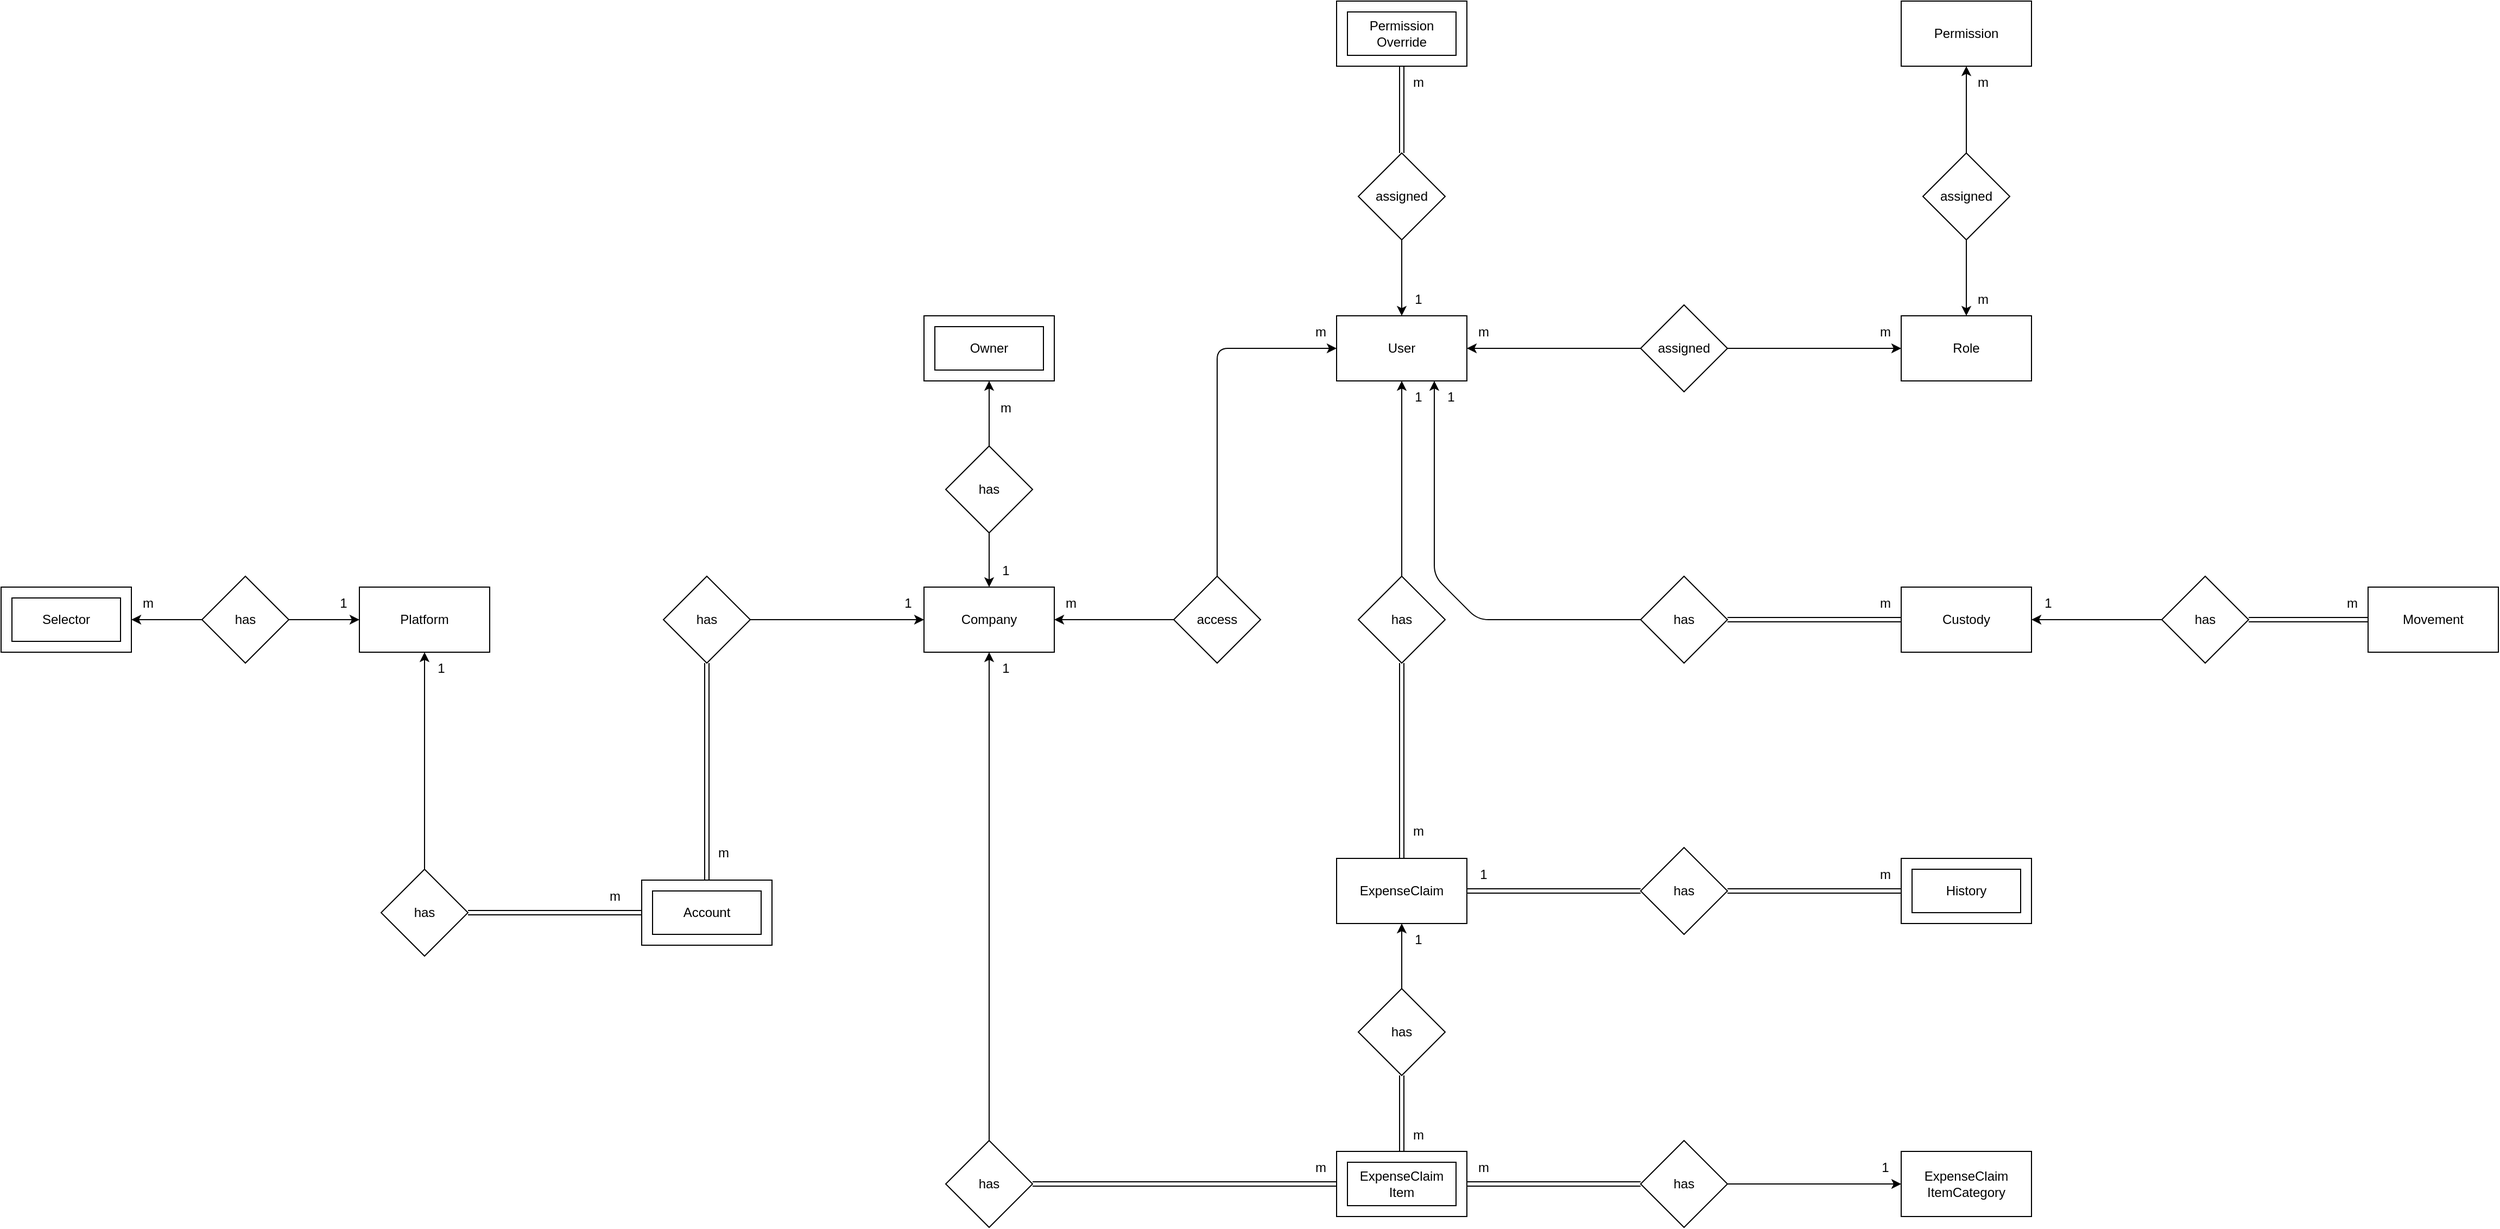
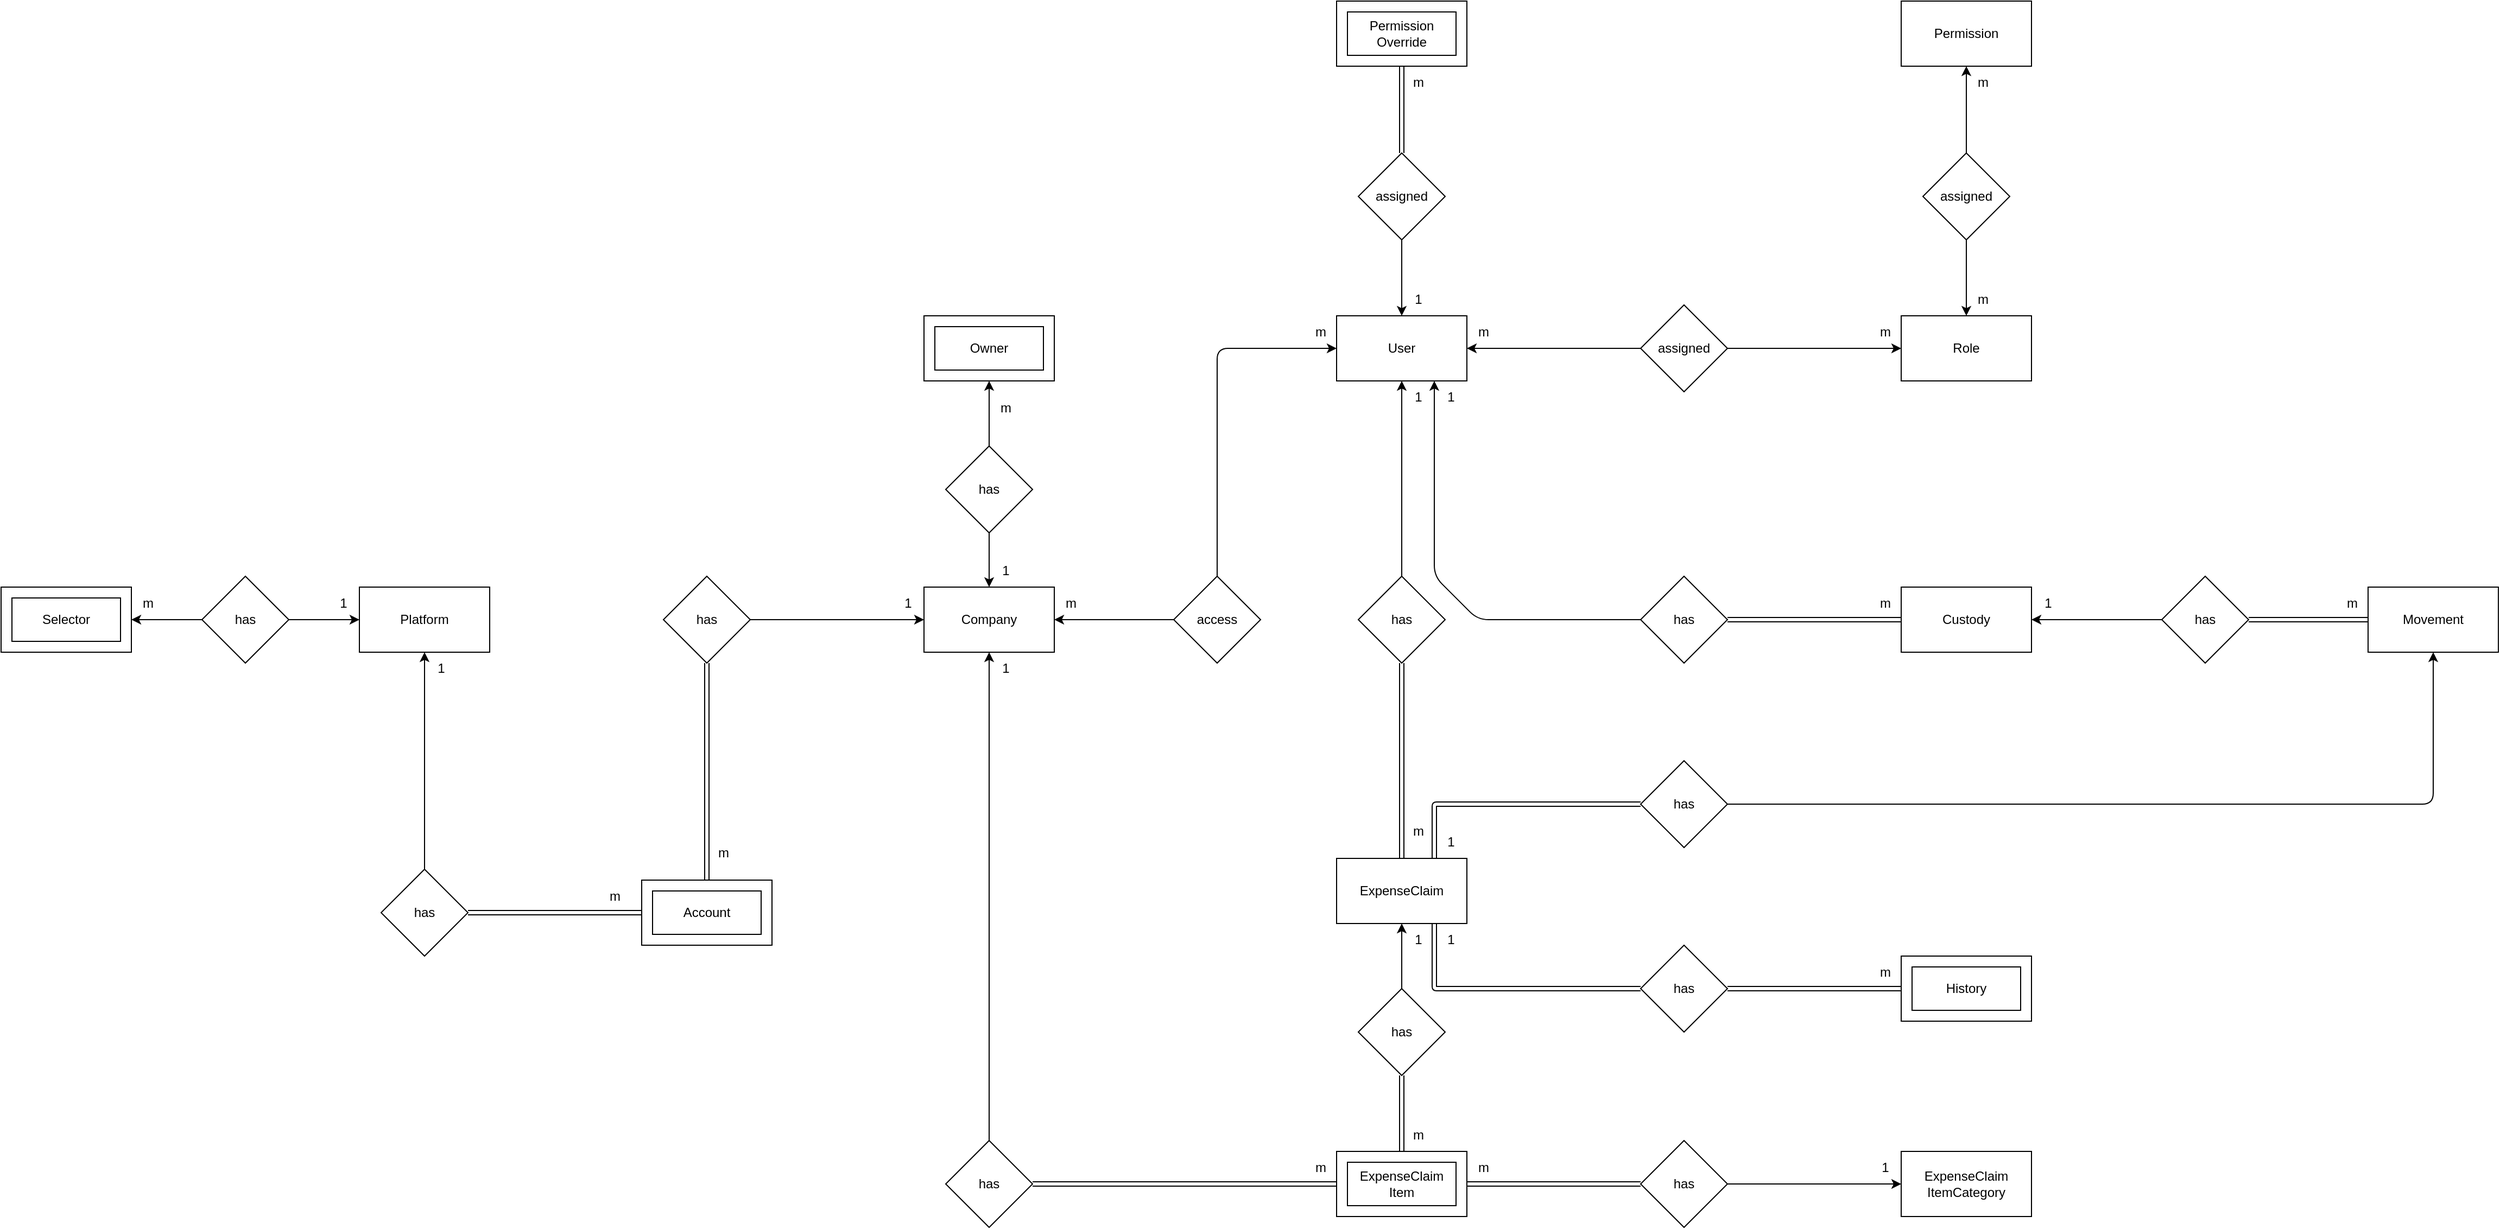
<mxfile host="65bd71144e">
    <diagram id="CCI-eFtpfgYHvaNWy6vR" name="Page-1">
-         <mxGraphModel dx="1942" dy="1849" grid="1" gridSize="10" guides="1" tooltips="1" connect="1" arrows="1" fold="1" page="1" pageScale="1" pageWidth="850" pageHeight="1100" math="0" shadow="0">
+         <mxGraphModel dx="2113" dy="2348" grid="1" gridSize="10" guides="1" tooltips="1" connect="1" arrows="1" fold="1" page="1" pageScale="1" pageWidth="850" pageHeight="1100" math="0" shadow="0">
            <root>
                <mxCell id="0"/>
                <mxCell id="1" parent="0"/>
                <mxCell id="2" value="User" style="rounded=0;whiteSpace=wrap;html=1;" parent="1" vertex="1">
                    <mxGeometry x="400" y="30" width="120" height="60" as="geometry"/>
                </mxCell>
                <mxCell id="3" value="Role" style="rounded=0;whiteSpace=wrap;html=1;" parent="1" vertex="1">
                    <mxGeometry x="920" y="30" width="120" height="60" as="geometry"/>
                </mxCell>
                <mxCell id="10" style="edgeStyle=none;html=1;entryX=0;entryY=0.5;entryDx=0;entryDy=0;exitX=1;exitY=0.5;exitDx=0;exitDy=0;" parent="1" source="9" target="3" edge="1">
                    <mxGeometry relative="1" as="geometry">
                        <mxPoint x="880" y="60" as="sourcePoint"/>
                    </mxGeometry>
                </mxCell>
                <mxCell id="11" style="edgeStyle=none;html=1;entryX=1;entryY=0.5;entryDx=0;entryDy=0;" parent="1" source="9" target="2" edge="1">
                    <mxGeometry relative="1" as="geometry"/>
                </mxCell>
                <mxCell id="9" value="&lt;span style=&quot;color: rgb(0, 0, 0);&quot;&gt;assigned&lt;/span&gt;" style="rhombus;whiteSpace=wrap;html=1;" parent="1" vertex="1">
                    <mxGeometry x="680" y="20" width="80" height="80" as="geometry"/>
                </mxCell>
                <mxCell id="21" value="m" style="text;html=1;align=center;verticalAlign=middle;resizable=0;points=[];autosize=1;strokeColor=none;fillColor=none;" parent="1" vertex="1">
                    <mxGeometry x="520" y="30" width="30" height="30" as="geometry"/>
                </mxCell>
                <mxCell id="22" value="m" style="text;html=1;align=center;verticalAlign=middle;resizable=0;points=[];autosize=1;strokeColor=none;fillColor=none;" parent="1" vertex="1">
                    <mxGeometry x="890" y="30" width="30" height="30" as="geometry"/>
                </mxCell>
                <mxCell id="23" value="Company" style="rounded=0;whiteSpace=wrap;html=1;" parent="1" vertex="1">
                    <mxGeometry x="20" y="280" width="120" height="60" as="geometry"/>
                </mxCell>
                <mxCell id="40" value="Owner" style="rounded=0;whiteSpace=wrap;html=1;" parent="1" vertex="1">
                    <mxGeometry x="20" y="30" width="120" height="60" as="geometry"/>
                </mxCell>
                <mxCell id="42" style="edgeStyle=none;html=1;entryX=0.5;entryY=1;entryDx=0;entryDy=0;" parent="1" source="41" target="40" edge="1">
                    <mxGeometry relative="1" as="geometry">
                        <mxPoint x="80" y="99.99999999999977" as="targetPoint"/>
                    </mxGeometry>
                </mxCell>
                <mxCell id="43" value="" style="edgeStyle=none;html=1;" parent="1" source="41" target="23" edge="1">
                    <mxGeometry relative="1" as="geometry"/>
                </mxCell>
                <mxCell id="41" value="has" style="rhombus;whiteSpace=wrap;html=1;" parent="1" vertex="1">
                    <mxGeometry x="40" y="150" width="80" height="80" as="geometry"/>
                </mxCell>
                <mxCell id="44" value="1" style="text;html=1;align=center;verticalAlign=middle;resizable=0;points=[];autosize=1;strokeColor=none;fillColor=none;" parent="1" vertex="1">
                    <mxGeometry x="80" y="250" width="30" height="30" as="geometry"/>
                </mxCell>
                <mxCell id="45" value="m" style="text;html=1;align=center;verticalAlign=middle;resizable=0;points=[];autosize=1;strokeColor=none;fillColor=none;" parent="1" vertex="1">
                    <mxGeometry x="80" y="100" width="30" height="30" as="geometry"/>
                </mxCell>
                <mxCell id="46" value="Platform" style="rounded=0;whiteSpace=wrap;html=1;" parent="1" vertex="1">
                    <mxGeometry x="-500" y="280" width="120" height="60" as="geometry"/>
                </mxCell>
                <mxCell id="52" value="ExpenseClaim" style="rounded=0;whiteSpace=wrap;html=1;" parent="1" vertex="1">
                    <mxGeometry x="400" y="530" width="120" height="60" as="geometry"/>
                </mxCell>
                <mxCell id="154" style="edgeStyle=none;html=1;entryX=0.5;entryY=1;entryDx=0;entryDy=0;" parent="1" source="54" target="2" edge="1">
                    <mxGeometry relative="1" as="geometry"/>
                </mxCell>
                <mxCell id="155" style="edgeStyle=none;html=1;entryX=0.5;entryY=0;entryDx=0;entryDy=0;shape=link;" parent="1" source="54" target="52" edge="1">
                    <mxGeometry relative="1" as="geometry"/>
                </mxCell>
                <mxCell id="54" value="&lt;span style=&quot;color: rgb(0, 0, 0);&quot;&gt;has&lt;/span&gt;" style="rhombus;whiteSpace=wrap;html=1;" parent="1" vertex="1">
                    <mxGeometry x="420" y="270" width="80" height="80" as="geometry"/>
                </mxCell>
                <mxCell id="59" value="TransactionItem" style="rounded=0;whiteSpace=wrap;html=1;" parent="1" vertex="1">
                    <mxGeometry x="400" y="800" width="120" height="60" as="geometry"/>
                </mxCell>
                <mxCell id="61" style="edgeStyle=none;html=1;entryX=0.5;entryY=1;entryDx=0;entryDy=0;" parent="1" source="60" target="52" edge="1">
                    <mxGeometry relative="1" as="geometry"/>
                </mxCell>
                <mxCell id="62" style="edgeStyle=none;html=1;entryX=0.5;entryY=0;entryDx=0;entryDy=0;exitX=0.5;exitY=1;exitDx=0;exitDy=0;shape=link;" parent="1" source="60" target="59" edge="1">
                    <mxGeometry relative="1" as="geometry">
                        <mxPoint x="460" y="820" as="sourcePoint"/>
                    </mxGeometry>
                </mxCell>
                <mxCell id="60" value="&lt;span style=&quot;color: rgb(0, 0, 0);&quot;&gt;has&lt;/span&gt;" style="rhombus;whiteSpace=wrap;html=1;" parent="1" vertex="1">
                    <mxGeometry x="420" y="650" width="80" height="80" as="geometry"/>
                </mxCell>
                <mxCell id="63" value="ExpenseClaim&lt;br&gt;ItemCategory" style="rounded=0;whiteSpace=wrap;html=1;" parent="1" vertex="1">
                    <mxGeometry x="920" y="800" width="120" height="60" as="geometry"/>
                </mxCell>
                <mxCell id="66" style="edgeStyle=none;html=1;entryX=1;entryY=0.5;entryDx=0;entryDy=0;shape=link;" parent="1" source="64" target="59" edge="1">
                    <mxGeometry relative="1" as="geometry"/>
                </mxCell>
                <mxCell id="161" style="edgeStyle=none;html=1;entryX=0;entryY=0.5;entryDx=0;entryDy=0;" parent="1" source="64" target="63" edge="1">
                    <mxGeometry relative="1" as="geometry"/>
                </mxCell>
                <mxCell id="64" value="&lt;span style=&quot;color: rgb(0, 0, 0);&quot;&gt;has&lt;/span&gt;" style="rhombus;whiteSpace=wrap;html=1;" parent="1" vertex="1">
                    <mxGeometry x="680" y="790" width="80" height="80" as="geometry"/>
                </mxCell>
                <mxCell id="67" value="1" style="text;html=1;align=center;verticalAlign=middle;resizable=0;points=[];autosize=1;strokeColor=none;fillColor=none;" parent="1" vertex="1">
                    <mxGeometry x="460" y="590" width="30" height="30" as="geometry"/>
                </mxCell>
                <mxCell id="68" value="m" style="text;html=1;align=center;verticalAlign=middle;resizable=0;points=[];autosize=1;strokeColor=none;fillColor=none;" parent="1" vertex="1">
                    <mxGeometry x="460" y="770" width="30" height="30" as="geometry"/>
                </mxCell>
                <mxCell id="69" value="m" style="text;html=1;align=center;verticalAlign=middle;resizable=0;points=[];autosize=1;strokeColor=none;fillColor=none;" parent="1" vertex="1">
                    <mxGeometry x="520" y="800" width="30" height="30" as="geometry"/>
                </mxCell>
                <mxCell id="70" value="1" style="text;html=1;align=center;verticalAlign=middle;resizable=0;points=[];autosize=1;strokeColor=none;fillColor=none;" parent="1" vertex="1">
                    <mxGeometry x="890" y="800" width="30" height="30" as="geometry"/>
                </mxCell>
                <mxCell id="78" style="edgeStyle=none;html=1;entryX=0;entryY=0.5;entryDx=0;entryDy=0;" parent="1" source="71" target="46" edge="1">
                    <mxGeometry relative="1" as="geometry"/>
                </mxCell>
                <mxCell id="71" value="has" style="rhombus;whiteSpace=wrap;html=1;" parent="1" vertex="1">
                    <mxGeometry x="-645" y="270" width="80" height="80" as="geometry"/>
                </mxCell>
                <mxCell id="72" value="Selector" style="rounded=0;whiteSpace=wrap;html=1;" parent="1" vertex="1">
                    <mxGeometry x="-830" y="280" width="120" height="60" as="geometry"/>
                </mxCell>
                <mxCell id="79" style="edgeStyle=none;html=1;entryX=1;entryY=0.5;entryDx=0;entryDy=0;" parent="1" source="71" target="72" edge="1">
                    <mxGeometry relative="1" as="geometry"/>
                </mxCell>
                <mxCell id="80" value="1" style="text;html=1;align=center;verticalAlign=middle;resizable=0;points=[];autosize=1;strokeColor=none;fillColor=none;" parent="1" vertex="1">
                    <mxGeometry x="-530" y="280" width="30" height="30" as="geometry"/>
                </mxCell>
                <mxCell id="81" value="m" style="text;html=1;align=center;verticalAlign=middle;resizable=0;points=[];autosize=1;strokeColor=none;fillColor=none;" parent="1" vertex="1">
                    <mxGeometry x="-710" y="280" width="30" height="30" as="geometry"/>
                </mxCell>
                <mxCell id="109" style="edgeStyle=none;html=1;entryX=1;entryY=0.5;entryDx=0;entryDy=0;" parent="1" source="106" target="23" edge="1">
                    <mxGeometry relative="1" as="geometry"/>
                </mxCell>
                <mxCell id="133" style="edgeStyle=none;html=1;entryX=0;entryY=0.5;entryDx=0;entryDy=0;" parent="1" source="106" target="2" edge="1">
                    <mxGeometry relative="1" as="geometry">
                        <Array as="points">
                            <mxPoint x="290" y="60"/>
                        </Array>
                    </mxGeometry>
                </mxCell>
                <mxCell id="106" value="access" style="rhombus;whiteSpace=wrap;html=1;" parent="1" vertex="1">
                    <mxGeometry x="250" y="270" width="80" height="80" as="geometry"/>
                </mxCell>
                <mxCell id="114" value="m" style="text;html=1;align=center;verticalAlign=middle;resizable=0;points=[];autosize=1;strokeColor=none;fillColor=none;" parent="1" vertex="1">
                    <mxGeometry x="140" y="280" width="30" height="30" as="geometry"/>
                </mxCell>
                <mxCell id="115" value="Account" style="rounded=0;whiteSpace=wrap;html=1;" parent="1" vertex="1">
                    <mxGeometry x="-240" y="550" width="120" height="60" as="geometry"/>
                </mxCell>
                <mxCell id="118" style="edgeStyle=none;html=1;entryX=0.5;entryY=0;entryDx=0;entryDy=0;shape=link;" parent="1" source="116" target="115" edge="1">
                    <mxGeometry relative="1" as="geometry">
                        <mxPoint x="-180" y="540" as="targetPoint"/>
                    </mxGeometry>
                </mxCell>
                <mxCell id="123" style="edgeStyle=none;html=1;entryX=0;entryY=0.5;entryDx=0;entryDy=0;" parent="1" source="116" target="23" edge="1">
                    <mxGeometry relative="1" as="geometry"/>
                </mxCell>
                <mxCell id="116" value="has" style="rhombus;whiteSpace=wrap;html=1;" parent="1" vertex="1">
                    <mxGeometry x="-220" y="270" width="80" height="80" as="geometry"/>
                </mxCell>
                <mxCell id="121" style="edgeStyle=none;html=1;entryX=0;entryY=0.5;entryDx=0;entryDy=0;shape=link;" parent="1" source="120" target="115" edge="1">
                    <mxGeometry relative="1" as="geometry">
                        <mxPoint x="-250" y="580" as="targetPoint"/>
                    </mxGeometry>
                </mxCell>
                <mxCell id="122" style="edgeStyle=none;html=1;entryX=0.5;entryY=1;entryDx=0;entryDy=0;" parent="1" source="120" target="46" edge="1">
                    <mxGeometry relative="1" as="geometry"/>
                </mxCell>
                <mxCell id="120" value="has" style="rhombus;whiteSpace=wrap;html=1;" parent="1" vertex="1">
                    <mxGeometry x="-480" y="540" width="80" height="80" as="geometry"/>
                </mxCell>
                <mxCell id="124" value="1" style="text;html=1;align=center;verticalAlign=middle;resizable=0;points=[];autosize=1;strokeColor=none;fillColor=none;" parent="1" vertex="1">
                    <mxGeometry x="-10" y="280" width="30" height="30" as="geometry"/>
                </mxCell>
                <mxCell id="125" value="m" style="text;html=1;align=center;verticalAlign=middle;resizable=0;points=[];autosize=1;strokeColor=none;fillColor=none;" parent="1" vertex="1">
                    <mxGeometry x="-180" y="510" width="30" height="30" as="geometry"/>
                </mxCell>
                <mxCell id="127" value="m" style="text;html=1;align=center;verticalAlign=middle;resizable=0;points=[];autosize=1;strokeColor=none;fillColor=none;" parent="1" vertex="1">
                    <mxGeometry x="-280" y="550" width="30" height="30" as="geometry"/>
                </mxCell>
                <mxCell id="128" value="1" style="text;html=1;align=center;verticalAlign=middle;resizable=0;points=[];autosize=1;strokeColor=none;fillColor=none;" parent="1" vertex="1">
                    <mxGeometry x="-440" y="340" width="30" height="30" as="geometry"/>
                </mxCell>
                <mxCell id="134" value="m" style="text;html=1;align=center;verticalAlign=middle;resizable=0;points=[];autosize=1;strokeColor=none;fillColor=none;" parent="1" vertex="1">
                    <mxGeometry x="370" y="30" width="30" height="30" as="geometry"/>
                </mxCell>
                <mxCell id="135" value="Permission" style="rounded=0;whiteSpace=wrap;html=1;" parent="1" vertex="1">
                    <mxGeometry x="920" y="-260" width="120" height="60" as="geometry"/>
                </mxCell>
                <mxCell id="137" style="edgeStyle=none;html=1;entryX=0.5;entryY=1;entryDx=0;entryDy=0;" parent="1" source="136" target="135" edge="1">
                    <mxGeometry relative="1" as="geometry"/>
                </mxCell>
                <mxCell id="138" style="edgeStyle=none;html=1;entryX=0.5;entryY=0;entryDx=0;entryDy=0;" parent="1" source="136" target="3" edge="1">
                    <mxGeometry relative="1" as="geometry"/>
                </mxCell>
                <mxCell id="136" value="&lt;span style=&quot;color: rgb(0, 0, 0);&quot;&gt;assigned&lt;/span&gt;" style="rhombus;whiteSpace=wrap;html=1;" parent="1" vertex="1">
                    <mxGeometry x="940" y="-120" width="80" height="80" as="geometry"/>
                </mxCell>
                <mxCell id="139" value="m" style="text;html=1;align=center;verticalAlign=middle;resizable=0;points=[];autosize=1;strokeColor=none;fillColor=none;" parent="1" vertex="1">
                    <mxGeometry x="980" width="30" height="30" as="geometry"/>
                </mxCell>
                <mxCell id="140" value="m" style="text;html=1;align=center;verticalAlign=middle;resizable=0;points=[];autosize=1;strokeColor=none;fillColor=none;" parent="1" vertex="1">
                    <mxGeometry x="980" y="-200" width="30" height="30" as="geometry"/>
                </mxCell>
                <mxCell id="141" value="" style="whiteSpace=wrap;html=1;" parent="1" vertex="1">
                    <mxGeometry x="400" y="-260" width="120" height="60" as="geometry"/>
                </mxCell>
                <mxCell id="143" style="edgeStyle=none;html=1;entryX=0.5;entryY=1;entryDx=0;entryDy=0;shape=link;" parent="1" source="142" target="141" edge="1">
                    <mxGeometry relative="1" as="geometry"/>
                </mxCell>
                <mxCell id="144" style="edgeStyle=none;html=1;entryX=0.5;entryY=0;entryDx=0;entryDy=0;" parent="1" source="142" target="2" edge="1">
                    <mxGeometry relative="1" as="geometry"/>
                </mxCell>
                <mxCell id="142" value="&lt;span style=&quot;color: rgb(0, 0, 0);&quot;&gt;assigned&lt;/span&gt;" style="rhombus;whiteSpace=wrap;html=1;" parent="1" vertex="1">
                    <mxGeometry x="420" y="-120" width="80" height="80" as="geometry"/>
                </mxCell>
                <mxCell id="149" value="1" style="text;html=1;align=center;verticalAlign=middle;resizable=0;points=[];autosize=1;strokeColor=none;fillColor=none;" parent="1" vertex="1">
                    <mxGeometry x="460" width="30" height="30" as="geometry"/>
                </mxCell>
                <mxCell id="150" value="m" style="text;html=1;align=center;verticalAlign=middle;resizable=0;points=[];autosize=1;strokeColor=none;fillColor=none;" parent="1" vertex="1">
                    <mxGeometry x="460" y="-200" width="30" height="30" as="geometry"/>
                </mxCell>
                <mxCell id="157" style="edgeStyle=none;html=1;entryX=0.5;entryY=1;entryDx=0;entryDy=0;" parent="1" source="156" target="23" edge="1">
                    <mxGeometry relative="1" as="geometry"/>
                </mxCell>
                <mxCell id="158" style="edgeStyle=none;html=1;entryX=0;entryY=0.5;entryDx=0;entryDy=0;shape=link;" parent="1" source="156" target="59" edge="1">
                    <mxGeometry relative="1" as="geometry"/>
                </mxCell>
                <mxCell id="156" value="&lt;span style=&quot;color: rgb(0, 0, 0);&quot;&gt;has&lt;/span&gt;" style="rhombus;whiteSpace=wrap;html=1;" parent="1" vertex="1">
                    <mxGeometry x="40" y="790" width="80" height="80" as="geometry"/>
                </mxCell>
                <mxCell id="159" value="m" style="text;html=1;align=center;verticalAlign=middle;resizable=0;points=[];autosize=1;strokeColor=none;fillColor=none;" parent="1" vertex="1">
                    <mxGeometry x="370" y="800" width="30" height="30" as="geometry"/>
                </mxCell>
                <mxCell id="160" value="1" style="text;html=1;align=center;verticalAlign=middle;resizable=0;points=[];autosize=1;strokeColor=none;fillColor=none;" parent="1" vertex="1">
                    <mxGeometry x="80" y="340" width="30" height="30" as="geometry"/>
                </mxCell>
                <mxCell id="162" value="ExpenseClaim&lt;br&gt;Item" style="rounded=0;whiteSpace=wrap;html=1;" parent="1" vertex="1">
                    <mxGeometry x="410" y="810" width="100" height="40" as="geometry"/>
                </mxCell>
                <mxCell id="163" value="1" style="text;html=1;align=center;verticalAlign=middle;resizable=0;points=[];autosize=1;strokeColor=none;fillColor=none;" parent="1" vertex="1">
                    <mxGeometry x="460" y="90" width="30" height="30" as="geometry"/>
                </mxCell>
                <mxCell id="164" value="m" style="text;html=1;align=center;verticalAlign=middle;resizable=0;points=[];autosize=1;strokeColor=none;fillColor=none;" parent="1" vertex="1">
                    <mxGeometry x="460" y="490" width="30" height="30" as="geometry"/>
                </mxCell>
                <mxCell id="165" value="History" style="rounded=0;whiteSpace=wrap;html=1;" parent="1" vertex="1">
-                     <mxGeometry x="920" y="530" width="120" height="60" as="geometry"/>
+                     <mxGeometry x="920" y="620" width="120" height="60" as="geometry"/>
                </mxCell>
                <mxCell id="167" style="edgeStyle=none;html=1;entryX=0;entryY=0.5;entryDx=0;entryDy=0;shape=link;" parent="1" source="166" target="165" edge="1">
                    <mxGeometry relative="1" as="geometry"/>
                </mxCell>
-                 <mxCell id="168" style="edgeStyle=none;html=1;entryX=1;entryY=0.5;entryDx=0;entryDy=0;shape=link;" parent="1" source="166" target="52" edge="1">
-                     <mxGeometry relative="1" as="geometry"/>
+                 <mxCell id="197" style="edgeStyle=none;html=1;entryX=0.75;entryY=1;entryDx=0;entryDy=0;shape=link;" edge="1" parent="1" source="166" target="52">
+                     <mxGeometry relative="1" as="geometry">
+                         <Array as="points">
+                             <mxPoint x="490" y="650"/>
+                             <mxPoint x="490" y="640"/>
+                         </Array>
+                     </mxGeometry>
                </mxCell>
                <mxCell id="166" value="&lt;span style=&quot;color: rgb(0, 0, 0);&quot;&gt;has&lt;/span&gt;" style="rhombus;whiteSpace=wrap;html=1;" parent="1" vertex="1">
-                     <mxGeometry x="680" y="520" width="80" height="80" as="geometry"/>
+                     <mxGeometry x="680" y="610" width="80" height="80" as="geometry"/>
                </mxCell>
                <mxCell id="169" value="1" style="text;html=1;align=center;verticalAlign=middle;resizable=0;points=[];autosize=1;strokeColor=none;fillColor=none;" parent="1" vertex="1">
-                     <mxGeometry x="520" y="530" width="30" height="30" as="geometry"/>
+                     <mxGeometry x="490" y="590" width="30" height="30" as="geometry"/>
                </mxCell>
                <mxCell id="170" value="m" style="text;html=1;align=center;verticalAlign=middle;resizable=0;points=[];autosize=1;strokeColor=none;fillColor=none;" parent="1" vertex="1">
-                     <mxGeometry x="890" y="530" width="30" height="30" as="geometry"/>
+                     <mxGeometry x="890" y="620" width="30" height="30" as="geometry"/>
                </mxCell>
                <mxCell id="171" value="History" style="rounded=0;whiteSpace=wrap;html=1;" parent="1" vertex="1">
-                     <mxGeometry x="930" y="540" width="100" height="40" as="geometry"/>
+                     <mxGeometry x="930" y="630" width="100" height="40" as="geometry"/>
                </mxCell>
                <mxCell id="172" value="Owner" style="rounded=0;whiteSpace=wrap;html=1;" parent="1" vertex="1">
                    <mxGeometry x="30" y="40" width="100" height="40" as="geometry"/>
                </mxCell>
                <mxCell id="173" value="Account" style="rounded=0;whiteSpace=wrap;html=1;" parent="1" vertex="1">
                    <mxGeometry x="-230" y="560" width="100" height="40" as="geometry"/>
                </mxCell>
                <mxCell id="174" value="Selector" style="rounded=0;whiteSpace=wrap;html=1;" parent="1" vertex="1">
                    <mxGeometry x="-820" y="290" width="100" height="40" as="geometry"/>
                </mxCell>
                <mxCell id="175" value="Permission Override" style="whiteSpace=wrap;html=1;" parent="1" vertex="1">
                    <mxGeometry x="410" y="-250" width="100" height="40" as="geometry"/>
                </mxCell>
                <mxCell id="176" value="Custody" style="rounded=0;whiteSpace=wrap;html=1;" parent="1" vertex="1">
                    <mxGeometry x="920" y="280" width="120" height="60" as="geometry"/>
                </mxCell>
                <mxCell id="178" style="edgeStyle=none;html=1;entryX=0;entryY=0.5;entryDx=0;entryDy=0;shape=link;" parent="1" source="177" target="176" edge="1">
                    <mxGeometry relative="1" as="geometry"/>
                </mxCell>
                <mxCell id="177" value="&lt;span style=&quot;color: rgb(0, 0, 0);&quot;&gt;has&lt;/span&gt;" style="rhombus;whiteSpace=wrap;html=1;" parent="1" vertex="1">
                    <mxGeometry x="680" y="270" width="80" height="80" as="geometry"/>
                </mxCell>
                <mxCell id="180" value="1" style="text;html=1;align=center;verticalAlign=middle;resizable=0;points=[];autosize=1;strokeColor=none;fillColor=none;" parent="1" vertex="1">
                    <mxGeometry x="490" y="90" width="30" height="30" as="geometry"/>
                </mxCell>
                <mxCell id="181" value="m" style="text;html=1;align=center;verticalAlign=middle;resizable=0;points=[];autosize=1;strokeColor=none;fillColor=none;" parent="1" vertex="1">
                    <mxGeometry x="890" y="280" width="30" height="30" as="geometry"/>
                </mxCell>
                <mxCell id="183" style="edgeStyle=none;html=1;entryX=0.75;entryY=1;entryDx=0;entryDy=0;" parent="1" source="177" target="2" edge="1">
                    <mxGeometry relative="1" as="geometry">
                        <mxPoint x="500" y="130" as="targetPoint"/>
                        <Array as="points">
                            <mxPoint x="530" y="310"/>
                            <mxPoint x="490" y="270"/>
                        </Array>
                    </mxGeometry>
                </mxCell>
                <mxCell id="184" value="Movement" style="rounded=0;whiteSpace=wrap;html=1;" parent="1" vertex="1">
                    <mxGeometry x="1350" y="280" width="120" height="60" as="geometry"/>
                </mxCell>
                <mxCell id="186" style="edgeStyle=none;html=1;entryX=1;entryY=0.5;entryDx=0;entryDy=0;" parent="1" source="185" target="176" edge="1">
                    <mxGeometry relative="1" as="geometry"/>
                </mxCell>
                <mxCell id="187" style="edgeStyle=none;html=1;entryX=0;entryY=0.5;entryDx=0;entryDy=0;shape=link;" parent="1" source="185" target="184" edge="1">
                    <mxGeometry relative="1" as="geometry"/>
                </mxCell>
                <mxCell id="185" value="&lt;span style=&quot;color: rgb(0, 0, 0);&quot;&gt;has&lt;/span&gt;" style="rhombus;whiteSpace=wrap;html=1;" parent="1" vertex="1">
                    <mxGeometry x="1160" y="270" width="80" height="80" as="geometry"/>
                </mxCell>
                <mxCell id="189" value="1" style="text;html=1;align=center;verticalAlign=middle;resizable=0;points=[];autosize=1;strokeColor=none;fillColor=none;" parent="1" vertex="1">
                    <mxGeometry x="1040" y="280" width="30" height="30" as="geometry"/>
                </mxCell>
                <mxCell id="190" value="m" style="text;html=1;align=center;verticalAlign=middle;resizable=0;points=[];autosize=1;strokeColor=none;fillColor=none;" parent="1" vertex="1">
                    <mxGeometry x="1320" y="280" width="30" height="30" as="geometry"/>
+                 </mxCell>
+                 <mxCell id="196" style="edgeStyle=none;html=1;entryX=0.75;entryY=0;entryDx=0;entryDy=0;shape=link;" edge="1" parent="1" source="193" target="52">
+                     <mxGeometry relative="1" as="geometry">
+                         <mxPoint x="530" y="510" as="targetPoint"/>
+                         <Array as="points">
+                             <mxPoint x="490" y="480"/>
+                         </Array>
+                     </mxGeometry>
+                 </mxCell>
+                 <mxCell id="200" style="edgeStyle=none;html=1;entryX=0.5;entryY=1;entryDx=0;entryDy=0;" edge="1" parent="1" source="193" target="184">
+                     <mxGeometry relative="1" as="geometry">
+                         <Array as="points">
+                             <mxPoint x="1410" y="480"/>
+                         </Array>
+                     </mxGeometry>
+                 </mxCell>
+                 <mxCell id="193" value="&lt;span style=&quot;color: rgb(0, 0, 0);&quot;&gt;has&lt;/span&gt;" style="rhombus;whiteSpace=wrap;html=1;" vertex="1" parent="1">
+                     <mxGeometry x="680" y="440" width="80" height="80" as="geometry"/>
+                 </mxCell>
+                 <mxCell id="198" value="1" style="text;html=1;align=center;verticalAlign=middle;resizable=0;points=[];autosize=1;strokeColor=none;fillColor=none;" vertex="1" parent="1">
+                     <mxGeometry x="490" y="500" width="30" height="30" as="geometry"/>
                </mxCell>
            </root>
        </mxGraphModel>
    </diagram>
</mxfile>